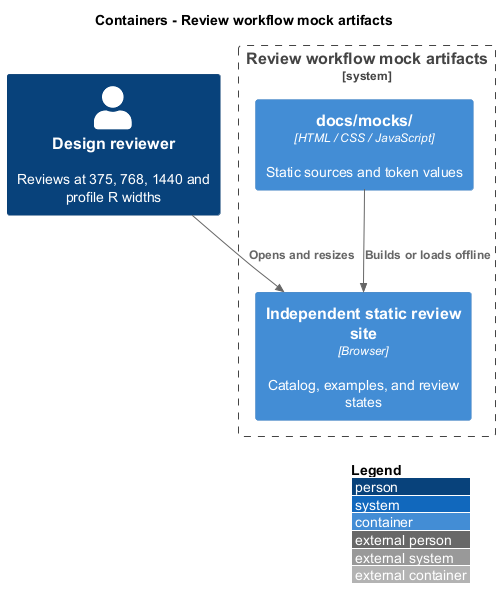
Earlier version of the PlantUML export docs/detailed-designs/artifacts/review-workflow-mocks/diagrams/c4-container.png (QuinntyneBrown/mission-control).
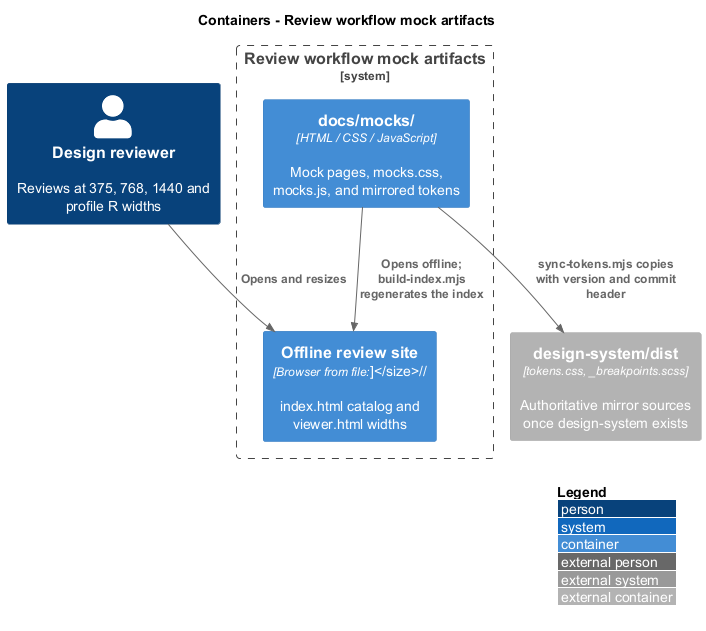
The same diagram one commit later.

Diff of the diagram source:
```diff
@@ -4,9 +4,11 @@
 title Containers - Review workflow mock artifacts
 Person(reviewer, "Design reviewer", "Reviews at 375, 768, 1440 and profile R widths")
 System_Boundary(artifact, "Review workflow mock artifacts") {
-  Container(source, "docs/mocks/", "HTML / CSS / JavaScript", "Static sources and token values")
-  Container(site, "Independent static review site", "Browser", "Catalog, examples, and review states")
+  Container(source, "docs/mocks/", "HTML / CSS / JavaScript", "Mock pages, mocks.css, mocks.js, and mirrored tokens")
+  Container(site, "Offline review site", "Browser from file://", "index.html catalog and viewer.html widths")
 }
-Rel(source, site, "Builds or loads offline")
+Container_Ext(dist, "design-system/dist", "tokens.css, _breakpoints.scss", "Authoritative mirror sources once design-system exists")
+Rel(source, site, "Opens offline; build-index.mjs regenerates the index")
+Rel(source, dist, "sync-tokens.mjs copies with version and commit header")
 Rel(reviewer, site, "Opens and resizes")
 @enduml
```
